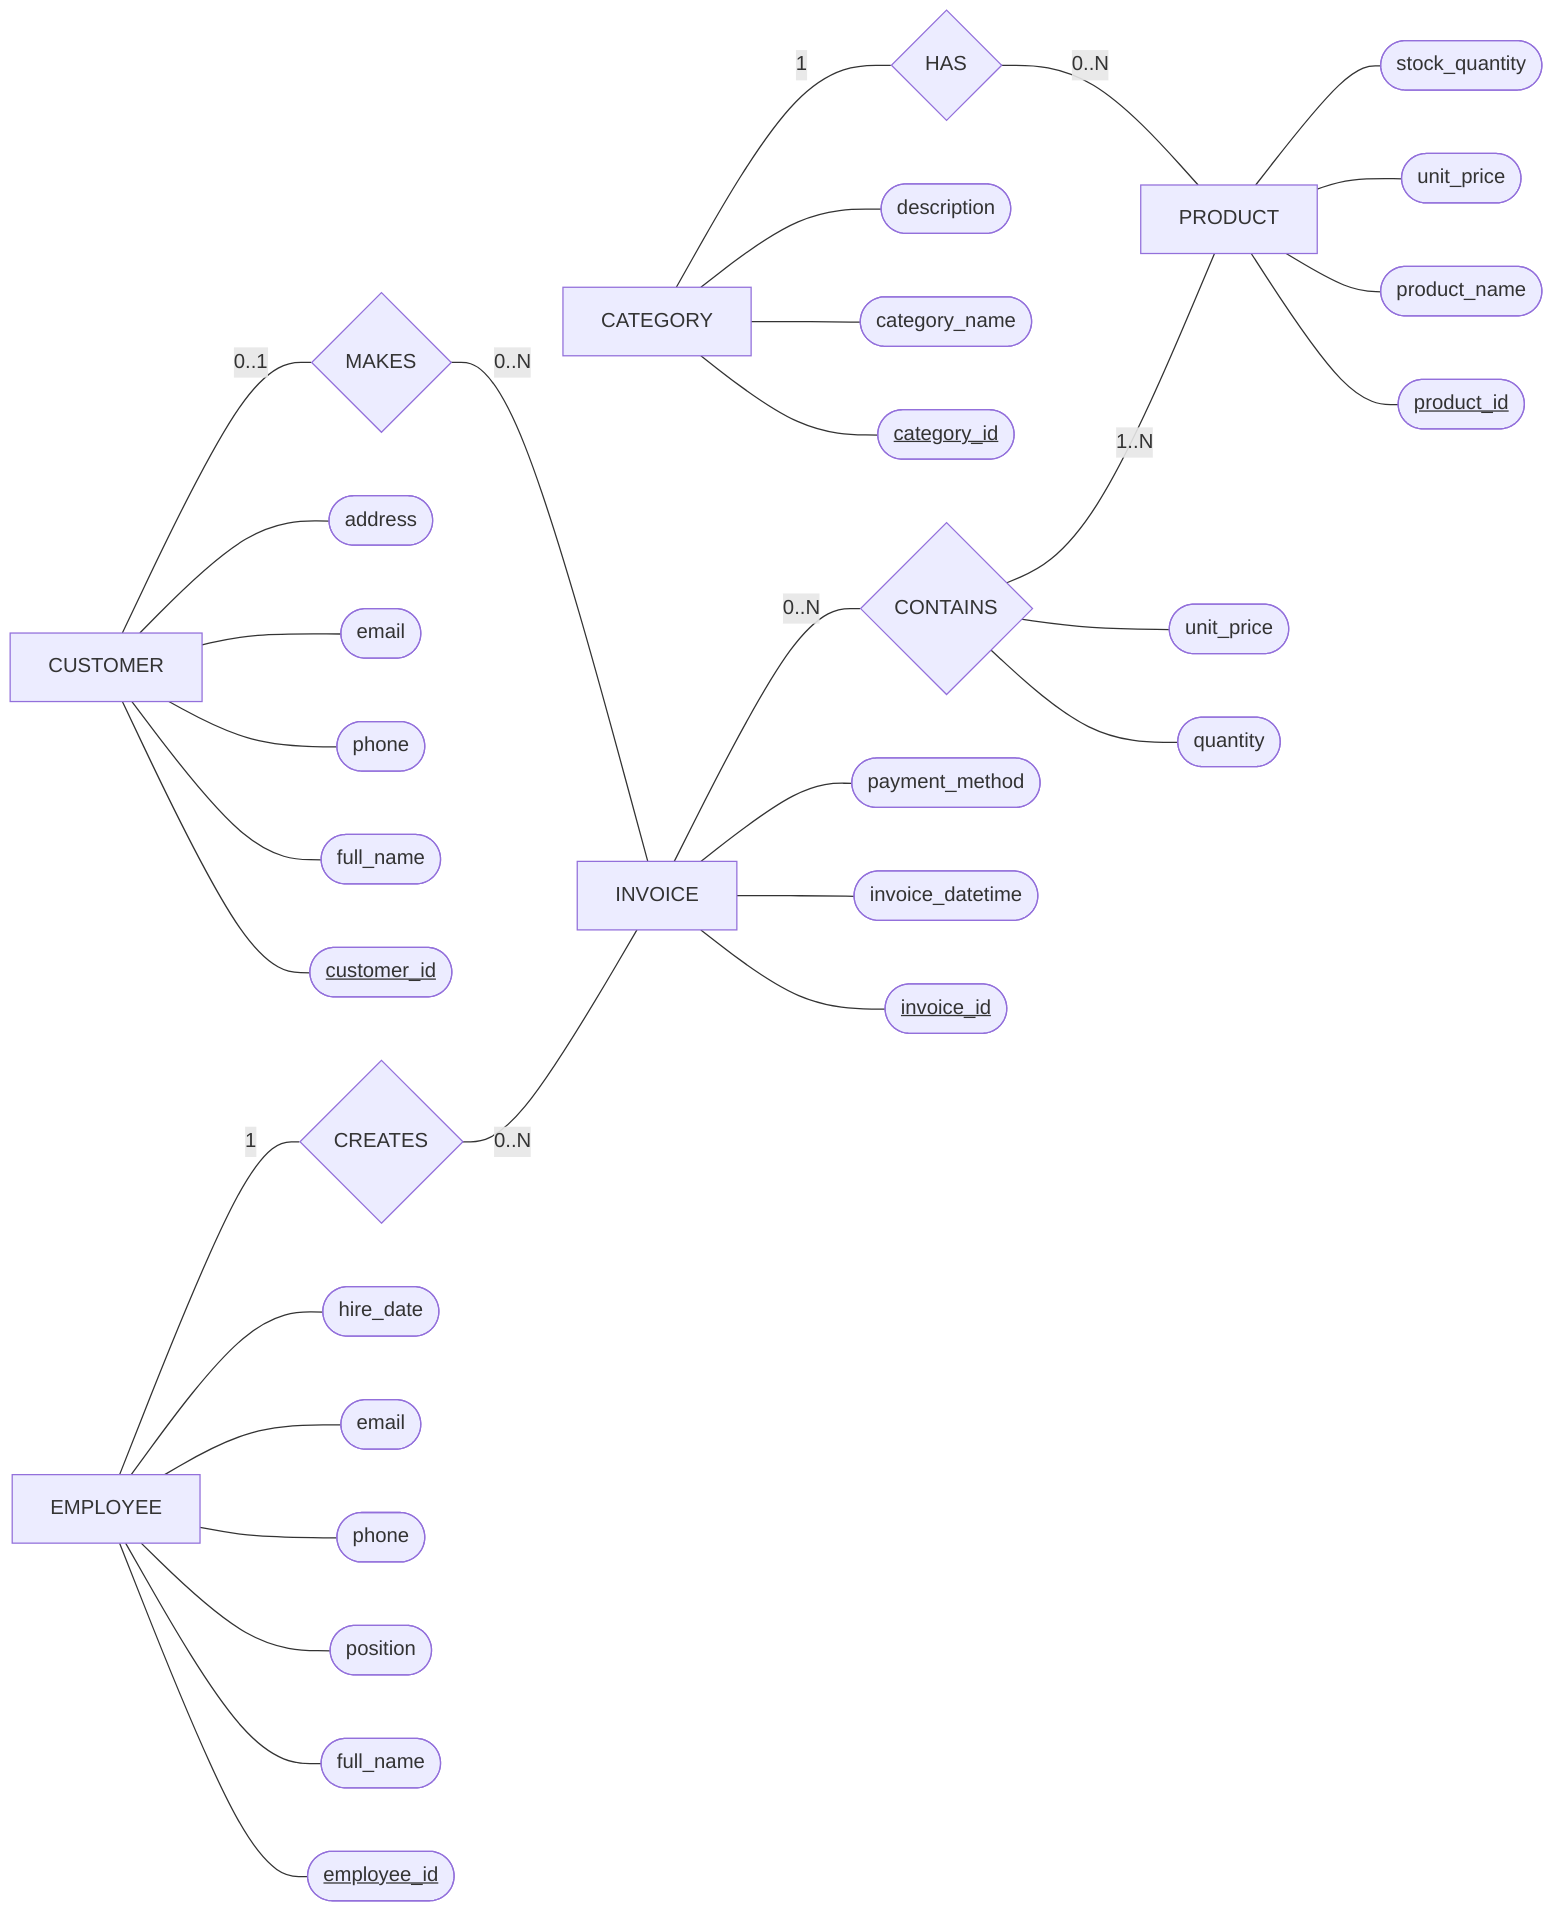
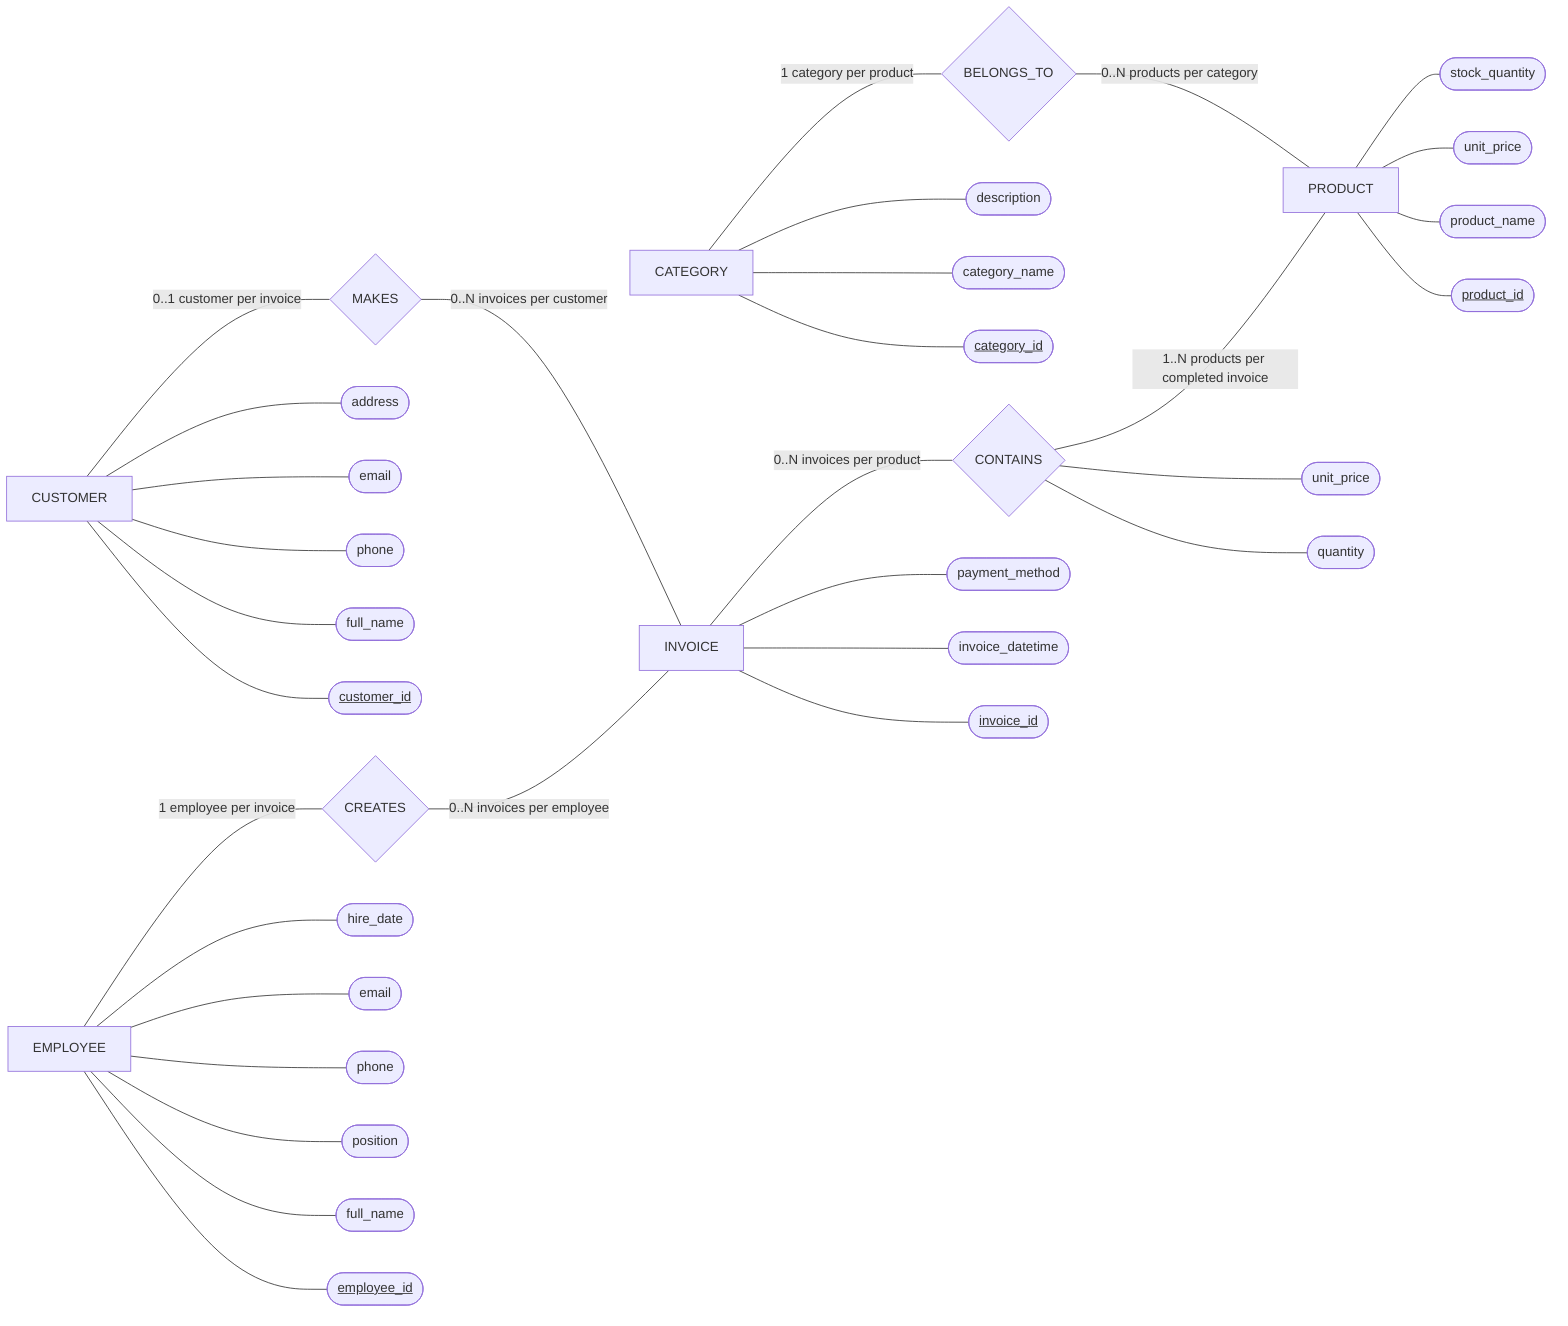
flowchart LR

    %% =========================
    %% ENTITIES
    %% =========================

    CATEGORY[CATEGORY]
    PRODUCT[PRODUCT]
    CUSTOMER[CUSTOMER]
    EMPLOYEE[EMPLOYEE]
    INVOICE[INVOICE]

    %% =========================
    %% RELATIONSHIPS
    %% =========================

-     R_CATEGORY_PRODUCT{HAS}
+     R_CATEGORY_PRODUCT{BELONGS_TO}
    R_CUSTOMER_INVOICE{MAKES}
    R_EMPLOYEE_INVOICE{CREATES}
    R_INVOICE_PRODUCT{CONTAINS}

    %% =========================
    %% CATEGORY ATTRIBUTES
    %% =========================

    category_id([<u>category_id</u>])
    category_name([category_name])
    category_description([description])

    CATEGORY --- category_id
    CATEGORY --- category_name
    CATEGORY --- category_description

    %% =========================
    %% PRODUCT ATTRIBUTES
    %% =========================

    product_id([<u>product_id</u>])
    product_name([product_name])
    product_unit_price([unit_price])
    product_stock_quantity([stock_quantity])

    PRODUCT --- product_id
    PRODUCT --- product_name
    PRODUCT --- product_unit_price
    PRODUCT --- product_stock_quantity

    %% =========================
    %% CUSTOMER ATTRIBUTES
    %% =========================

    customer_id([<u>customer_id</u>])
    customer_full_name([full_name])
    customer_phone([phone])
    customer_email([email])
    customer_address([address])

    CUSTOMER --- customer_id
    CUSTOMER --- customer_full_name
    CUSTOMER --- customer_phone
    CUSTOMER --- customer_email
    CUSTOMER --- customer_address

    %% =========================
    %% EMPLOYEE ATTRIBUTES
    %% =========================

    employee_id([<u>employee_id</u>])
    employee_full_name([full_name])
    employee_position([position])
    employee_phone([phone])
    employee_email([email])
    employee_hire_date([hire_date])

    EMPLOYEE --- employee_id
    EMPLOYEE --- employee_full_name
    EMPLOYEE --- employee_position
    EMPLOYEE --- employee_phone
    EMPLOYEE --- employee_email
    EMPLOYEE --- employee_hire_date

    %% =========================
    %% INVOICE ATTRIBUTES
    %% =========================

    invoice_id([<u>invoice_id</u>])
    invoice_datetime([invoice_datetime])
    invoice_payment_method([payment_method])

    INVOICE --- invoice_id
    INVOICE --- invoice_datetime
    INVOICE --- invoice_payment_method

    %% =========================
    %% RELATIONSHIP ATTRIBUTES
    %% CONTAINS becomes INVOICE_DETAIL later
    %% =========================

    detail_quantity([quantity])
    detail_unit_price([unit_price])

    R_INVOICE_PRODUCT --- detail_quantity
    R_INVOICE_PRODUCT --- detail_unit_price

    %% =========================
    %% CORRECTED RELATIONSHIP CARDINALITIES
    %% =========================

-     CATEGORY ---|"1"| R_CATEGORY_PRODUCT
-     R_CATEGORY_PRODUCT ---|"0..N"| PRODUCT
+     CATEGORY ---|"1 category per product"| R_CATEGORY_PRODUCT
+     R_CATEGORY_PRODUCT ---|"0..N products per category"| PRODUCT

-     CUSTOMER ---|"0..1"| R_CUSTOMER_INVOICE
-     R_CUSTOMER_INVOICE ---|"0..N"| INVOICE
+     CUSTOMER ---|"0..1 customer per invoice"| R_CUSTOMER_INVOICE
+     R_CUSTOMER_INVOICE ---|"0..N invoices per customer"| INVOICE

-     EMPLOYEE ---|"1"| R_EMPLOYEE_INVOICE
-     R_EMPLOYEE_INVOICE ---|"0..N"| INVOICE
+     EMPLOYEE ---|"1 employee per invoice"| R_EMPLOYEE_INVOICE
+     R_EMPLOYEE_INVOICE ---|"0..N invoices per employee"| INVOICE

-     INVOICE ---|"0..N"| R_INVOICE_PRODUCT
-     R_INVOICE_PRODUCT ---|"1..N"| PRODUCT
+     INVOICE ---|"0..N invoices per product"| R_INVOICE_PRODUCT
+     R_INVOICE_PRODUCT ---|"1..N products per completed invoice"| PRODUCT
